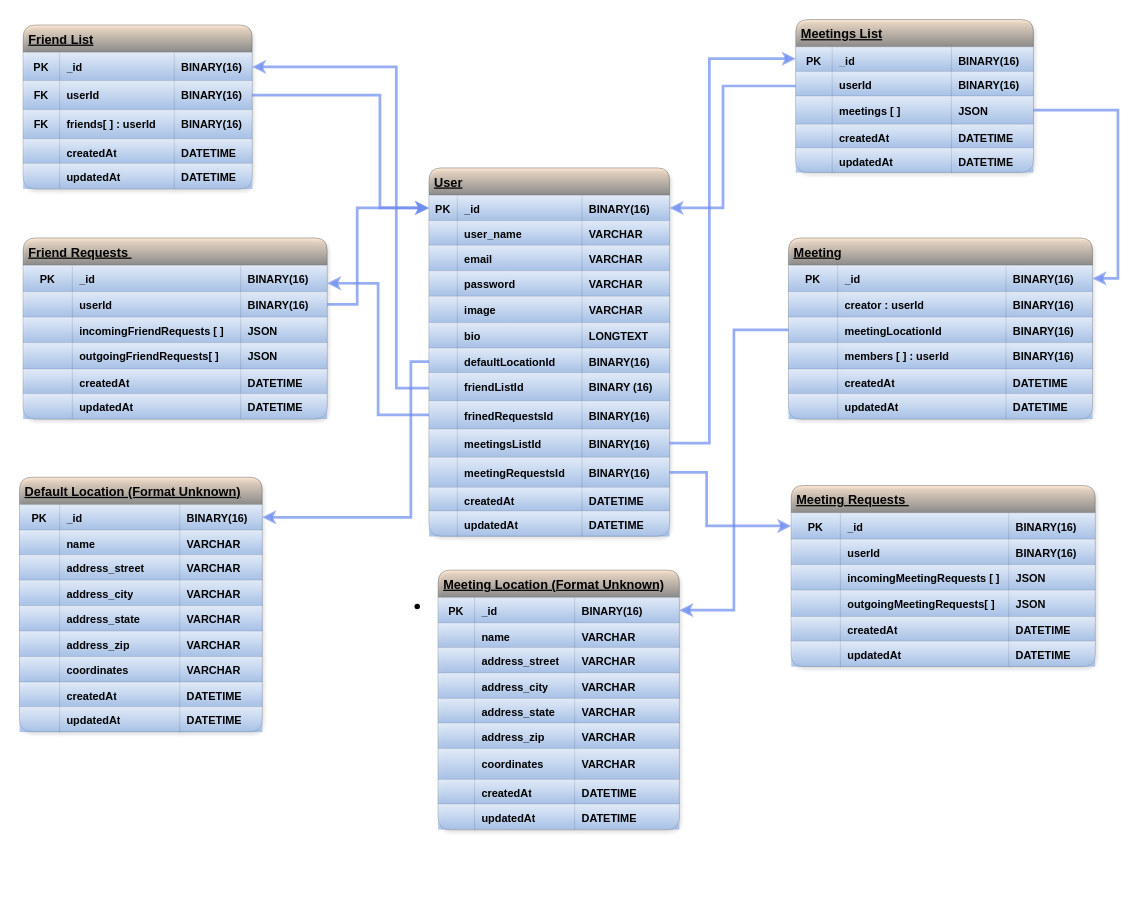
This is application/rotue_info/database2.drawio from CSCI150-LAB01/Meet_in_the_Middle, a draw.io file, before an edit. Source tidied: cells renumbered, new cells numbered last; positions are measured from the earlier drawing's top-left corner, leaving out a move shared by most shapes. Both pictures are drawn from the tidied source at 91%, with x=0, y=0 at pixel (19, 19).
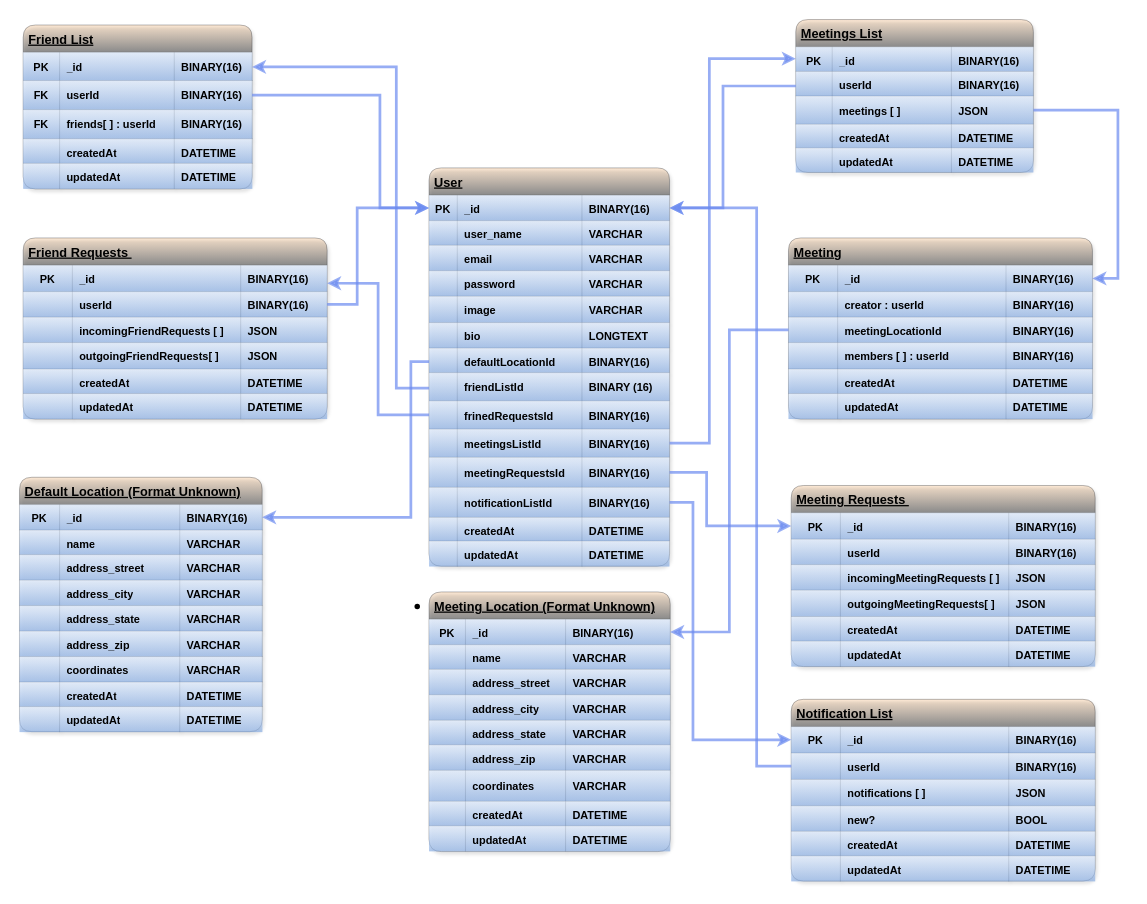
Above is the later version.

Commit message (it also covers changes not shown here):
update database and models

The change refers to these unchanged cells:
```xml
<mxCell id="98" style="shape=tableRow;horizontal=0;startSize=0;swimlaneHead=0;swimlaneBody=0;top=0;left=0;bottom=0;right=0;fillColor=#dae8fc;points=[[0,0.5],[1,0.5]];portConstraint=eastwest;labelBackgroundColor=none;swimlaneLine=0;strokeColor=#6c8ebf;shadow=0;rounded=1;verticalAlign=middle;gradientColor=#7ea6e0;fontColor=#000000;fontStyle=1;opacity=40;" parent="97" vertex="1">
  <mxGeometry y="30" width="264.3" height="28" as="geometry" />
</mxCell>
```

Diff of the diagram source:
```diff
@@
     <mxCell id="60" value="Meeting Location (Format Unknown)" style="shape=table;startSize=30;childLayout=tableLayout;fontStyle=5;align=left;labelBackgroundColor=none;spacing=6;swimlaneLine=1;fillColor=#ffcc99;strokeColor=#36393d;shadow=1;rounded=1;swimlaneFillColor=default;fontFamily=Helvetica;fontSize=14;opacity=40;gradientColor=default;fontColor=#000000;" parent="1" vertex="1">
-      <mxGeometry x="460" y="605" width="265" height="285.3" as="geometry" />
+      <mxGeometry x="450" y="629" width="265" height="285.3" as="geometry" />
     </mxCell>
@@
     <mxCell id="97" value="User" style="shape=table;startSize=30;childLayout=tableLayout;fontStyle=5;align=left;labelBackgroundColor=none;spacing=6;swimlaneLine=1;fillColor=#ffcc99;strokeColor=#36393d;shadow=1;rounded=1;swimlaneFillColor=default;fontFamily=Helvetica;fontSize=14;verticalAlign=middle;opacity=40;gradientDirection=south;gradientColor=default;fontColor=#000000;" parent="1" vertex="1">
-      <mxGeometry x="450" y="163" width="264.3" height="404.6" as="geometry" />
+      <mxGeometry x="450" y="163" width="264.3" height="437.6" as="geometry" />
     </mxCell>
@@
+    <mxCell id="258" style="shape=tableRow;horizontal=0;startSize=0;swimlaneHead=0;swimlaneBody=0;top=0;left=0;bottom=0;right=0;fillColor=#dae8fc;points=[[0,0.5],[1,0.5]];portConstraint=eastwest;labelBackgroundColor=none;strokeColor=#6c8ebf;shadow=0;rounded=1;verticalAlign=middle;gradientColor=#7ea6e0;fontColor=#000000;fontStyle=1;opacity=40;" parent="97" vertex="1">
+      <mxGeometry y="351" width="264.3" height="33" as="geometry" />
+    </mxCell>
+    <mxCell id="259" style="shape=partialRectangle;html=1;whiteSpace=wrap;fillColor=#dae8fc;top=0;left=0;bottom=0;right=0;overflow=hidden;labelBackgroundColor=none;strokeColor=#6c8ebf;strokeWidth=0;spacing=0;spacingTop=8;spacingLeft=8;spacingRight=8;spacingBottom=6;shadow=0;rounded=1;verticalAlign=middle;gradientColor=#7ea6e0;fontColor=#000000;fontStyle=1;opacity=40;" parent="258" vertex="1">
+      <mxGeometry width="31" height="33" as="geometry" />
+    </mxCell>
+    <mxCell id="260" value="notificationListId" style="shape=partialRectangle;html=1;whiteSpace=wrap;fillColor=#dae8fc;top=0;left=0;bottom=0;right=0;overflow=hidden;labelBackgroundColor=none;strokeColor=#6c8ebf;strokeWidth=0;spacing=0;spacingTop=8;spacingLeft=8;spacingRight=8;spacingBottom=6;align=left;shadow=0;rounded=1;verticalAlign=middle;gradientColor=#7ea6e0;fontColor=#000000;fontStyle=1;opacity=40;" parent="258" vertex="1">
+      <mxGeometry x="31" width="137" height="33" as="geometry" />
+    </mxCell>
+    <mxCell id="261" value="BINARY(16)" style="shape=partialRectangle;html=1;whiteSpace=wrap;fillColor=#dae8fc;top=0;left=0;bottom=0;right=0;overflow=hidden;labelBackgroundColor=none;strokeColor=#6c8ebf;strokeWidth=0;spacing=0;spacingTop=8;spacingLeft=8;spacingRight=8;spacingBottom=6;align=left;shadow=0;rounded=1;verticalAlign=middle;gradientColor=#7ea6e0;fontColor=#000000;fontStyle=1;opacity=40;" parent="258" vertex="1">
+      <mxGeometry x="168" width="96" height="33" as="geometry" />
+    </mxCell>
     <mxCell id="142" style="shape=tableRow;horizontal=0;startSize=0;swimlaneHead=0;swimlaneBody=0;top=0;left=0;bottom=0;right=0;fillColor=#dae8fc;labelBackgroundColor=none;strokeColor=#6c8ebf;shadow=0;rounded=1;verticalAlign=middle;gradientColor=#7ea6e0;fontColor=#000000;fontStyle=1;opacity=40;" parent="97" vertex="1">
-      <mxGeometry y="351" width="264.3" height="26" as="geometry" />
+      <mxGeometry y="384" width="264.3" height="26" as="geometry" />
     </mxCell>
@@
     <mxCell id="146" style="shape=tableRow;horizontal=0;startSize=0;swimlaneHead=0;swimlaneBody=0;top=0;left=0;bottom=0;right=0;fillColor=#dae8fc;labelBackgroundColor=none;strokeColor=#6c8ebf;shadow=0;rounded=1;verticalAlign=middle;gradientColor=#7ea6e0;fontColor=#000000;fontStyle=1;opacity=40;" parent="97" vertex="1">
-      <mxGeometry y="377" width="264.3" height="28" as="geometry" />
+      <mxGeometry y="410" width="264.3" height="28" as="geometry" />
     </mxCell>
@@
+    <mxCell id="262" value="Notification List" style="shape=table;startSize=30;childLayout=tableLayout;fontStyle=5;align=left;labelBackgroundColor=none;spacing=6;swimlaneLine=1;fillColor=#ffcc99;strokeColor=#36393d;shadow=1;rounded=1;swimlaneFillColor=default;fontFamily=Helvetica;fontSize=14;opacity=40;gradientColor=default;fontColor=#000000;" parent="1" vertex="1">
+      <mxGeometry x="848" y="747" width="334" height="199.6" as="geometry" />
+    </mxCell>
+    <mxCell id="263" style="shape=tableRow;horizontal=0;startSize=0;swimlaneHead=0;swimlaneBody=0;top=0;left=0;bottom=0;right=0;fillColor=#dae8fc;points=[[0,0.5],[1,0.5]];portConstraint=eastwest;labelBackgroundColor=none;swimlaneLine=0;strokeColor=#6c8ebf;shadow=0;rounded=1;gradientColor=#7ea6e0;fontColor=#000000;fontStyle=1;opacity=40;" parent="262" vertex="1">
+      <mxGeometry y="30" width="334" height="29" as="geometry" />
+    </mxCell>
+    <mxCell id="264" value="PK" style="shape=partialRectangle;html=1;whiteSpace=wrap;fillColor=#dae8fc;top=0;left=0;bottom=0;right=0;overflow=hidden;labelBackgroundColor=none;strokeColor=#6c8ebf;strokeWidth=0;spacing=0;spacingTop=8;spacingLeft=8;spacingRight=8;spacingBottom=6;shadow=0;rounded=1;gradientColor=#7ea6e0;fontColor=#000000;fontStyle=1;opacity=40;" parent="263" vertex="1">
+      <mxGeometry width="54" height="29" as="geometry" />
+    </mxCell>
+    <mxCell id="265" value="_id" style="shape=partialRectangle;html=1;whiteSpace=wrap;fillColor=#dae8fc;top=0;left=0;bottom=0;right=0;overflow=hidden;labelBackgroundColor=none;strokeColor=#6c8ebf;strokeWidth=0;align=left;spacing=0;spacingTop=8;spacingLeft=8;spacingRight=8;spacingBottom=6;shadow=0;rounded=1;gradientColor=#7ea6e0;fontColor=#000000;fontStyle=1;opacity=40;" parent="263" vertex="1">
+      <mxGeometry x="54" width="185" height="29" as="geometry" />
+    </mxCell>
+    <mxCell id="266" value="BINARY(16)" style="shape=partialRectangle;html=1;whiteSpace=wrap;fillColor=#dae8fc;top=0;left=0;bottom=0;right=0;overflow=hidden;labelBackgroundColor=none;strokeColor=#6c8ebf;strokeWidth=0;align=left;spacing=0;spacingTop=8;spacingLeft=8;spacingRight=8;spacingBottom=6;shadow=0;rounded=1;gradientColor=#7ea6e0;fontColor=#000000;fontStyle=1;opacity=40;" parent="263" vertex="1">
+      <mxGeometry x="239" width="95" height="29" as="geometry" />
+    </mxCell>
+    <mxCell id="267" style="shape=tableRow;horizontal=0;startSize=0;swimlaneHead=0;swimlaneBody=0;top=0;left=0;bottom=0;right=0;fillColor=#dae8fc;points=[[0,0.5],[1,0.5]];portConstraint=eastwest;labelBackgroundColor=none;swimlaneLine=0;strokeColor=#6c8ebf;shadow=0;rounded=1;gradientColor=#7ea6e0;fontColor=#000000;fontStyle=1;opacity=40;" parent="262" vertex="1">
+      <mxGeometry y="59" width="334" height="29" as="geometry" />
+    </mxCell>
+    <mxCell id="268" style="shape=partialRectangle;html=1;whiteSpace=wrap;fillColor=#dae8fc;top=0;left=0;bottom=0;right=0;overflow=hidden;labelBackgroundColor=none;strokeColor=#6c8ebf;strokeWidth=0;spacing=0;spacingTop=8;spacingLeft=8;spacingRight=8;spacingBottom=6;shadow=0;rounded=1;gradientColor=#7ea6e0;fontColor=#000000;fontStyle=1;opacity=40;" parent="267" vertex="1">
+      <mxGeometry width="54" height="29" as="geometry" />
+    </mxCell>
+    <mxCell id="269" value="userId&lt;span style=&quot;white-space: pre;&quot;&gt;&#9;&lt;/span&gt;" style="shape=partialRectangle;html=1;whiteSpace=wrap;fillColor=#dae8fc;top=0;left=0;bottom=0;right=0;overflow=hidden;labelBackgroundColor=none;strokeColor=#6c8ebf;strokeWidth=0;align=left;spacing=0;spacingTop=8;spacingLeft=8;spacingRight=8;spacingBottom=6;shadow=0;rounded=1;gradientColor=#7ea6e0;fontColor=#000000;fontStyle=1;opacity=40;" parent="267" vertex="1">
+      <mxGeometry x="54" width="185" height="29" as="geometry" />
+    </mxCell>
+    <mxCell id="270" value="BINARY(16)" style="shape=partialRectangle;html=1;whiteSpace=wrap;fillColor=#dae8fc;top=0;left=0;bottom=0;right=0;overflow=hidden;labelBackgroundColor=none;strokeColor=#6c8ebf;strokeWidth=0;align=left;spacing=0;spacingTop=8;spacingLeft=8;spacingRight=8;spacingBottom=6;shadow=0;rounded=1;gradientColor=#7ea6e0;fontColor=#000000;fontStyle=1;opacity=40;" parent="267" vertex="1">
+      <mxGeometry x="239" width="95" height="29" as="geometry" />
+    </mxCell>
+    <mxCell id="271" style="shape=tableRow;horizontal=0;startSize=0;swimlaneHead=0;swimlaneBody=0;top=0;left=0;bottom=0;right=0;fillColor=#dae8fc;labelBackgroundColor=none;strokeColor=#6c8ebf;shadow=0;rounded=1;gradientColor=#7ea6e0;fontColor=#000000;fontStyle=1;opacity=40;" parent="262" vertex="1">
+      <mxGeometry y="88" width="334" height="29" as="geometry" />
+    </mxCell>
+    <mxCell id="272" style="shape=partialRectangle;html=1;whiteSpace=wrap;fillColor=#dae8fc;top=0;left=0;bottom=0;right=0;overflow=hidden;labelBackgroundColor=none;strokeColor=#6c8ebf;strokeWidth=0;spacing=0;spacingTop=8;spacingLeft=8;spacingRight=8;spacingBottom=6;shadow=0;rounded=1;gradientColor=#7ea6e0;fontColor=#000000;fontStyle=1;opacity=40;" parent="271" vertex="1">
+      <mxGeometry width="54" height="29" as="geometry" />
+    </mxCell>
+    <mxCell id="273" value="notifications [ ]" style="shape=partialRectangle;html=1;whiteSpace=wrap;fillColor=#dae8fc;top=0;left=0;bottom=0;right=0;overflow=hidden;labelBackgroundColor=none;strokeColor=#6c8ebf;strokeWidth=0;spacing=0;spacingTop=8;spacingLeft=8;spacingRight=8;spacingBottom=6;align=left;shadow=0;rounded=1;gradientColor=#7ea6e0;fontColor=#000000;fontStyle=1;opacity=40;" parent="271" vertex="1">
+      <mxGeometry x="54" width="185" height="29" as="geometry" />
+    </mxCell>
+    <mxCell id="274" value="JSON" style="shape=partialRectangle;html=1;whiteSpace=wrap;fillColor=#dae8fc;top=0;left=0;bottom=0;right=0;overflow=hidden;labelBackgroundColor=none;strokeColor=#6c8ebf;strokeWidth=0;spacing=0;spacingTop=8;spacingLeft=8;spacingRight=8;spacingBottom=6;align=left;shadow=0;rounded=1;gradientColor=#7ea6e0;fontColor=#000000;fontStyle=1;opacity=40;" parent="271" vertex="1">
+      <mxGeometry x="239" width="95" height="29" as="geometry" />
+    </mxCell>
+    <mxCell id="275" style="shape=tableRow;horizontal=0;startSize=0;swimlaneHead=0;swimlaneBody=0;top=0;left=0;bottom=0;right=0;fillColor=#dae8fc;labelBackgroundColor=none;strokeColor=#6c8ebf;shadow=0;rounded=1;gradientColor=#7ea6e0;fontColor=#000000;fontStyle=1;opacity=40;" parent="262" vertex="1">
+      <mxGeometry y="117" width="334" height="28" as="geometry" />
+    </mxCell>
+    <mxCell id="276" style="shape=partialRectangle;html=1;whiteSpace=wrap;fillColor=#dae8fc;top=0;left=0;bottom=0;right=0;overflow=hidden;labelBackgroundColor=none;strokeColor=#6c8ebf;strokeWidth=0;spacing=0;spacingTop=8;spacingLeft=8;spacingRight=8;spacingBottom=6;shadow=0;rounded=1;gradientColor=#7ea6e0;fontColor=#000000;fontStyle=1;opacity=40;" parent="275" vertex="1">
+      <mxGeometry width="54" height="28" as="geometry" />
+    </mxCell>
+    <mxCell id="277" value="new?" style="shape=partialRectangle;html=1;whiteSpace=wrap;fillColor=#dae8fc;top=0;left=0;bottom=0;right=0;overflow=hidden;labelBackgroundColor=none;strokeColor=#6c8ebf;strokeWidth=0;spacing=0;spacingTop=8;spacingLeft=8;spacingRight=8;spacingBottom=6;align=left;shadow=0;rounded=1;gradientColor=#7ea6e0;fontColor=#000000;fontStyle=1;opacity=40;" parent="275" vertex="1">
+      <mxGeometry x="54" width="185" height="28" as="geometry" />
+    </mxCell>
+    <mxCell id="278" value="BOOL" style="shape=partialRectangle;html=1;whiteSpace=wrap;fillColor=#dae8fc;top=0;left=0;bottom=0;right=0;overflow=hidden;labelBackgroundColor=none;strokeColor=#6c8ebf;strokeWidth=0;spacing=0;spacingTop=8;spacingLeft=8;spacingRight=8;spacingBottom=6;align=left;shadow=0;rounded=1;gradientColor=#7ea6e0;fontColor=#000000;fontStyle=1;opacity=40;" parent="275" vertex="1">
+      <mxGeometry x="239" width="95" height="28" as="geometry" />
+    </mxCell>
+    <mxCell id="279" style="shape=tableRow;horizontal=0;startSize=0;swimlaneHead=0;swimlaneBody=0;top=0;left=0;bottom=0;right=0;fillColor=#dae8fc;labelBackgroundColor=none;strokeColor=#6c8ebf;shadow=0;rounded=1;gradientColor=#7ea6e0;fontColor=#000000;fontStyle=1;opacity=40;" parent="262" vertex="1">
+      <mxGeometry y="145" width="334" height="27" as="geometry" />
+    </mxCell>
+    <mxCell id="280" style="shape=partialRectangle;html=1;whiteSpace=wrap;fillColor=#dae8fc;top=0;left=0;bottom=0;right=0;overflow=hidden;labelBackgroundColor=none;strokeColor=#6c8ebf;strokeWidth=0;spacing=0;spacingTop=8;spacingLeft=8;spacingRight=8;spacingBottom=6;shadow=0;rounded=1;gradientColor=#7ea6e0;fontColor=#000000;fontStyle=1;opacity=40;" parent="279" vertex="1">
+      <mxGeometry width="54" height="27" as="geometry" />
+    </mxCell>
+    <mxCell id="281" value="createdAt" style="shape=partialRectangle;html=1;whiteSpace=wrap;fillColor=#dae8fc;top=0;left=0;bottom=0;right=0;overflow=hidden;labelBackgroundColor=none;strokeColor=#6c8ebf;strokeWidth=0;spacing=0;spacingTop=8;spacingLeft=8;spacingRight=8;spacingBottom=6;align=left;shadow=0;rounded=1;gradientColor=#7ea6e0;fontColor=#000000;fontStyle=1;opacity=40;" parent="279" vertex="1">
+      <mxGeometry x="54" width="185" height="27" as="geometry" />
+    </mxCell>
+    <mxCell id="282" value="DATETIME" style="shape=partialRectangle;html=1;whiteSpace=wrap;fillColor=#dae8fc;top=0;left=0;bottom=0;right=0;overflow=hidden;labelBackgroundColor=none;strokeColor=#6c8ebf;strokeWidth=0;spacing=0;spacingTop=8;spacingLeft=8;spacingRight=8;spacingBottom=6;align=left;shadow=0;rounded=1;gradientColor=#7ea6e0;fontColor=#000000;fontStyle=1;opacity=40;" parent="279" vertex="1">
+      <mxGeometry x="239" width="95" height="27" as="geometry" />
+    </mxCell>
+    <mxCell id="283" style="shape=tableRow;horizontal=0;startSize=0;swimlaneHead=0;swimlaneBody=0;top=0;left=0;bottom=0;right=0;fillColor=#dae8fc;labelBackgroundColor=none;strokeColor=#6c8ebf;shadow=0;rounded=1;gradientColor=#7ea6e0;fontColor=#000000;fontStyle=1;opacity=40;" parent="262" vertex="1">
+      <mxGeometry y="172" width="334" height="28" as="geometry" />
+    </mxCell>
+    <mxCell id="284" style="shape=partialRectangle;html=1;whiteSpace=wrap;fillColor=#dae8fc;top=0;left=0;bottom=0;right=0;overflow=hidden;labelBackgroundColor=none;strokeColor=#6c8ebf;strokeWidth=0;spacing=0;spacingTop=8;spacingLeft=8;spacingRight=8;spacingBottom=6;shadow=0;rounded=1;gradientColor=#7ea6e0;fontColor=#000000;fontStyle=1;opacity=40;" parent="283" vertex="1">
+      <mxGeometry width="54" height="28" as="geometry" />
+    </mxCell>
+    <mxCell id="285" value="updatedAt" style="shape=partialRectangle;html=1;whiteSpace=wrap;fillColor=#dae8fc;top=0;left=0;bottom=0;right=0;overflow=hidden;labelBackgroundColor=none;strokeColor=#6c8ebf;strokeWidth=0;spacing=0;spacingTop=8;spacingLeft=8;spacingRight=8;spacingBottom=6;align=left;shadow=0;rounded=1;gradientColor=#7ea6e0;fontColor=#000000;fontStyle=1;opacity=40;" parent="283" vertex="1">
+      <mxGeometry x="54" width="185" height="28" as="geometry" />
+    </mxCell>
+    <mxCell id="286" value="DATETIME" style="shape=partialRectangle;html=1;whiteSpace=wrap;fillColor=#dae8fc;top=0;left=0;bottom=0;right=0;overflow=hidden;labelBackgroundColor=none;strokeColor=#6c8ebf;strokeWidth=0;spacing=0;spacingTop=8;spacingLeft=8;spacingRight=8;spacingBottom=6;align=left;shadow=0;rounded=1;gradientColor=#7ea6e0;fontColor=#000000;fontStyle=1;opacity=40;" parent="283" vertex="1">
+      <mxGeometry x="239" width="95" height="28" as="geometry" />
+    </mxCell>
+    <mxCell id="287" style="edgeStyle=orthogonalEdgeStyle;rounded=0;hachureGap=4;jettySize=auto;html=1;entryX=1;entryY=0.5;entryDx=0;entryDy=0;fontFamily=Architects Daughter;fontSize=16;strokeColor=#6c8bef;strokeWidth=3;opacity=70;shadow=0;" parent="1" edge="1" source="267" target="98">
+      <mxGeometry relative="1" as="geometry">
+        <Array as="points">
+          <mxPoint x="810" y="821" />
+          <mxPoint x="810" y="207" />
+        </Array>
+      </mxGeometry>
+    </mxCell>
+    <mxCell id="288" style="edgeStyle=orthogonalEdgeStyle;rounded=0;hachureGap=4;jettySize=auto;html=1;entryX=0;entryY=0.5;entryDx=0;entryDy=0;fontFamily=Architects Daughter;fontSize=16;strokeColor=#6c8bef;strokeWidth=3;opacity=70;shadow=0;" parent="1" edge="1" source="258" target="263">
+      <mxGeometry relative="1" as="geometry">
+        <Array as="points">
+          <mxPoint x="740" y="531" />
+          <mxPoint x="740" y="791" />
+        </Array>
+      </mxGeometry>
+    </mxCell>
```
